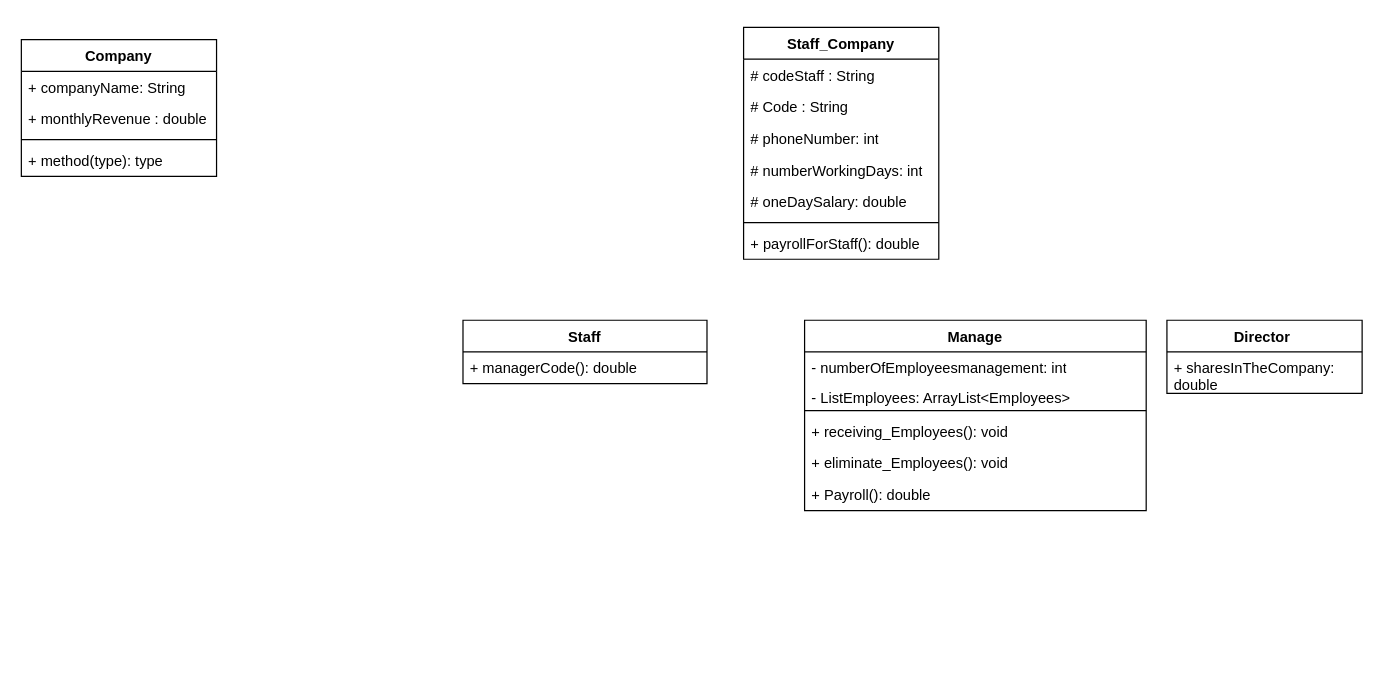
dangphuc1902/java_cybersoft keeps this draw.io diagram as ly_thuyet/Untitled Diagram.drawio. Above is the earlier version. Source tidied: cells renumbered, new cells numbered last; positions are measured from the earlier drawing's top-left corner, leaving out a move shared by most shapes. Both pictures are drawn from the tidied source at 122%, with x=0, y=0 at pixel (21, 27).
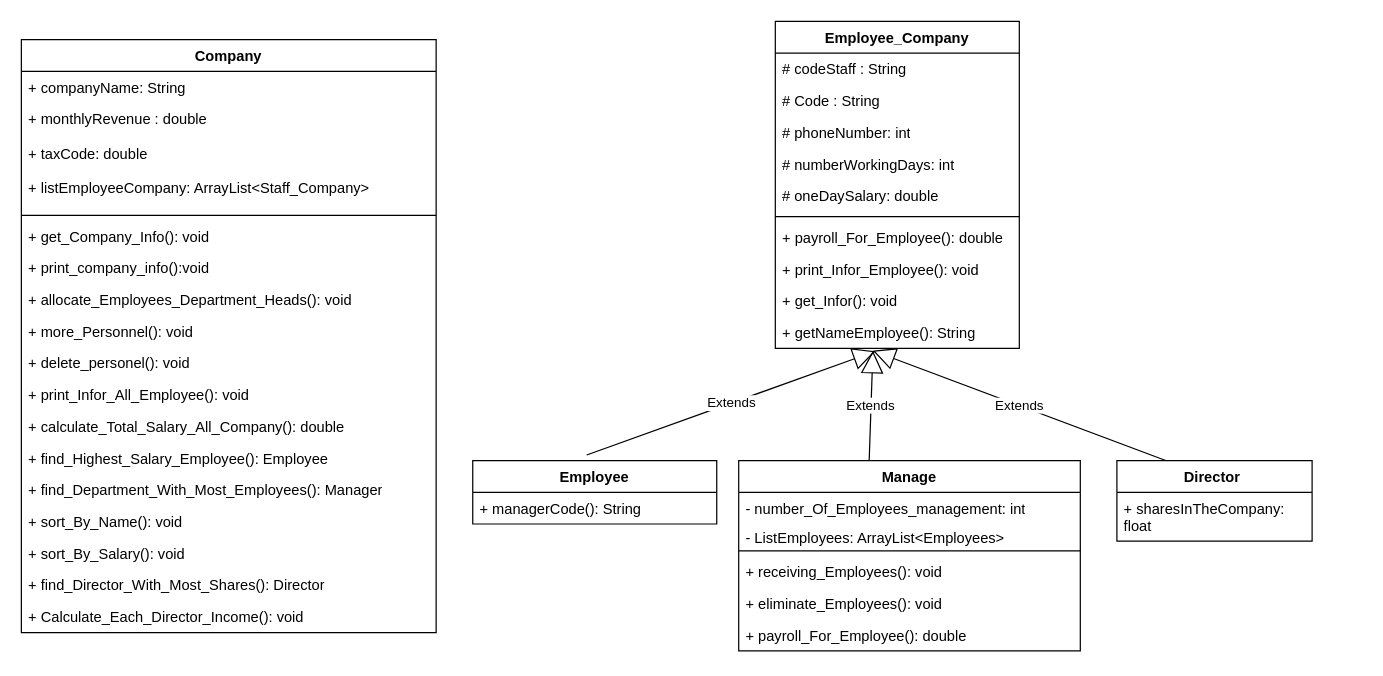
The same diagram, later.

The edit, as a diff of the source:
```diff
@@
-    <mxCell id="2" value="Staff_Company" style="swimlane;fontStyle=1;align=center;verticalAlign=top;horizontal=1;startSize=26;whiteSpace=wrap;html=1;" parent="1" vertex="1">
-      <mxGeometry x="592" width="160" height="190" as="geometry" />
+    <mxCell id="2" value="Employee_Company" style="swimlane;fontStyle=1;align=center;verticalAlign=top;horizontal=1;startSize=26;whiteSpace=wrap;html=1;" parent="1" vertex="1">
+      <mxGeometry x="618" y="-5" width="200" height="268" as="geometry" />
     </mxCell>
     <mxCell id="3" value="# codeStaff : String" style="text;strokeColor=none;fillColor=none;align=left;verticalAlign=top;spacingLeft=4;spacingRight=4;overflow=hidden;whiteSpace=wrap;html=1;" parent="2" vertex="1">
-      <mxGeometry y="26" width="160" height="26" as="geometry" />
+      <mxGeometry y="26" width="200" height="26" as="geometry" />
     </mxCell>
     <mxCell id="4" value="# Code : String" style="text;strokeColor=none;fillColor=none;align=left;verticalAlign=top;spacingLeft=4;spacingRight=4;overflow=hidden;whiteSpace=wrap;html=1;" parent="2" vertex="1">
-      <mxGeometry y="52" width="160" height="26" as="geometry" />
+      <mxGeometry y="52" width="200" height="26" as="geometry" />
     </mxCell>
     <mxCell id="5" value="# phoneNumber: int" style="text;strokeColor=none;fillColor=none;align=left;verticalAlign=top;spacingLeft=4;spacingRight=4;overflow=hidden;whiteSpace=wrap;html=1;" parent="2" vertex="1">
-      <mxGeometry y="78" width="160" height="26" as="geometry" />
+      <mxGeometry y="78" width="200" height="26" as="geometry" />
     </mxCell>
     <mxCell id="6" value="# numberWorkingDays: int" style="text;strokeColor=none;fillColor=none;align=left;verticalAlign=top;spacingLeft=4;spacingRight=4;overflow=hidden;whiteSpace=wrap;html=1;" parent="2" vertex="1">
-      <mxGeometry y="104" width="160" height="26" as="geometry" />
+      <mxGeometry y="104" width="200" height="26" as="geometry" />
     </mxCell>
     <mxCell id="7" value="# oneDaySalary: double" style="text;strokeColor=none;fillColor=none;align=left;verticalAlign=top;spacingLeft=4;spacingRight=4;overflow=hidden;whiteSpace=wrap;html=1;" parent="2" vertex="1">
-      <mxGeometry y="130" width="160" height="26" as="geometry" />
+      <mxGeometry y="130" width="200" height="26" as="geometry" />
     </mxCell>
     <mxCell id="8" style="line;strokeWidth=1;fillColor=none;align=left;verticalAlign=middle;spacingTop=-1;spacingLeft=3;spacingRight=3;labelPosition=right;strokeColor=inherit;" parent="2" vertex="1">
-      <mxGeometry y="156" width="160" height="8" as="geometry" />
+      <mxGeometry y="156" width="200" height="8" as="geometry" />
     </mxCell>
-    <mxCell id="9" value="+ payrollForStaff(): double" style="text;strokeColor=none;fillColor=none;align=left;verticalAlign=top;spacingLeft=4;spacingRight=4;overflow=hidden;whiteSpace=wrap;html=1;" parent="2" vertex="1">
-      <mxGeometry y="164" width="160" height="26" as="geometry" />
+    <mxCell id="9" value="+ payroll_For_Employee(): double" style="text;strokeColor=none;fillColor=none;align=left;verticalAlign=top;spacingLeft=4;spacingRight=4;overflow=hidden;whiteSpace=wrap;html=1;" parent="2" vertex="1">
+      <mxGeometry y="164" width="200" height="26" as="geometry" />
     </mxCell>
+    <mxCell id="26" value="+ print_Infor_Employee(): void" style="text;strokeColor=none;fillColor=none;align=left;verticalAlign=top;spacingLeft=4;spacingRight=4;overflow=hidden;whiteSpace=wrap;html=1;" parent="2" vertex="1">
+      <mxGeometry y="190" width="200" height="26" as="geometry" />
+    </mxCell>
+    <mxCell id="27" value="+ get_Infor(): void" style="text;strokeColor=none;fillColor=none;align=left;verticalAlign=top;spacingLeft=4;spacingRight=4;overflow=hidden;whiteSpace=wrap;html=1;" parent="2" vertex="1">
+      <mxGeometry y="216" width="200" height="26" as="geometry" />
+    </mxCell>
+    <mxCell id="28" value="+ getNameEmployee(): String" style="text;strokeColor=none;fillColor=none;align=left;verticalAlign=top;spacingLeft=4;spacingRight=4;overflow=hidden;points=[[0,0.5],[1,0.5]];portConstraint=eastwest;whiteSpace=wrap;html=1;" parent="2" vertex="1">
+      <mxGeometry y="242" width="200" height="26" as="geometry" />
+    </mxCell>
     <mxCell id="10" value="Director&amp;nbsp;" style="swimlane;fontStyle=1;align=center;verticalAlign=top;horizontal=1;startSize=26;whiteSpace=wrap;html=1;" parent="1" vertex="1">
-      <mxGeometry x="939" y="240" width="160" height="60" as="geometry" />
+      <mxGeometry x="898" y="355" width="160" height="66" as="geometry" />
     </mxCell>
-    <mxCell id="11" value="+ sharesInTheCompany: double" style="text;strokeColor=none;fillColor=none;align=left;verticalAlign=top;spacingLeft=4;spacingRight=4;overflow=hidden;whiteSpace=wrap;html=1;" parent="10" vertex="1">
-      <mxGeometry y="26" width="160" height="34" as="geometry" />
+    <mxCell id="11" value="+ sharesInTheCompany: float" style="text;strokeColor=none;fillColor=none;align=left;verticalAlign=top;spacingLeft=4;spacingRight=4;overflow=hidden;whiteSpace=wrap;html=1;" parent="10" vertex="1">
+      <mxGeometry y="26" width="160" height="40" as="geometry" />
     </mxCell>
     <mxCell id="12" value="Manage&lt;br&gt;" style="swimlane;fontStyle=1;align=center;verticalAlign=top;horizontal=1;startSize=26;whiteSpace=wrap;html=1;" parent="1" vertex="1">
-      <mxGeometry x="642" y="240" width="280" height="156" as="geometry" />
+      <mxGeometry x="588" y="355" width="280" height="156" as="geometry" />
     </mxCell>
-    <mxCell id="13" value="- numberOfEmployeesmanagement: int" style="text;strokeColor=none;fillColor=none;align=left;verticalAlign=top;spacingLeft=4;spacingRight=4;overflow=hidden;whiteSpace=wrap;html=1;" parent="12" vertex="1">
+    <mxCell id="13" value="- number_Of_Employees_management: int" style="text;strokeColor=none;fillColor=none;align=left;verticalAlign=top;spacingLeft=4;spacingRight=4;overflow=hidden;whiteSpace=wrap;html=1;" parent="12" vertex="1">
       <mxGeometry y="26" width="280" height="24" as="geometry" />
     </mxCell>
@@
-    <mxCell id="18" value="+ Payroll(): double" style="text;strokeColor=none;fillColor=none;align=left;verticalAlign=top;spacingLeft=4;spacingRight=4;overflow=hidden;whiteSpace=wrap;html=1;" parent="12" vertex="1">
+    <mxCell id="18" value="+ payroll_For_Employee(): double" style="text;strokeColor=none;fillColor=none;align=left;verticalAlign=top;spacingLeft=4;spacingRight=4;overflow=hidden;whiteSpace=wrap;html=1;" parent="12" vertex="1">
       <mxGeometry y="130" width="280" height="26" as="geometry" />
     </mxCell>
-    <mxCell id="19" value="Staff&lt;br&gt;" style="swimlane;fontStyle=1;align=center;verticalAlign=top;horizontal=1;startSize=26;whiteSpace=wrap;html=1;" parent="1" vertex="1">
-      <mxGeometry x="362" y="240" width="200" height="52" as="geometry" />
+    <mxCell id="19" value="Employee" style="swimlane;fontStyle=1;align=center;verticalAlign=top;horizontal=1;startSize=26;whiteSpace=wrap;html=1;" parent="1" vertex="1">
+      <mxGeometry x="370" y="355" width="200" height="52" as="geometry" />
     </mxCell>
-    <mxCell id="20" value="+ managerCode(): double" style="text;strokeColor=none;fillColor=none;align=left;verticalAlign=top;spacingLeft=4;spacingRight=4;overflow=hidden;whiteSpace=wrap;html=1;" parent="19" vertex="1">
+    <mxCell id="20" value="+ managerCode(): String" style="text;strokeColor=none;fillColor=none;align=left;verticalAlign=top;spacingLeft=4;spacingRight=4;overflow=hidden;whiteSpace=wrap;html=1;" parent="19" vertex="1">
       <mxGeometry y="26" width="200" height="26" as="geometry" />
     </mxCell>
     <mxCell id="21" value="Company" style="swimlane;fontStyle=1;align=center;verticalAlign=top;horizontal=1;startSize=26;whiteSpace=wrap;html=1;" parent="1" vertex="1">
-      <mxGeometry y="10" width="160" height="112" as="geometry" />
+      <mxGeometry y="10" width="340" height="486" as="geometry" />
     </mxCell>
     <mxCell id="22" value="+ companyName: String" style="text;strokeColor=none;fillColor=none;align=left;verticalAlign=top;spacingLeft=4;spacingRight=4;overflow=hidden;whiteSpace=wrap;html=1;" parent="21" vertex="1">
-      <mxGeometry y="26" width="160" height="26" as="geometry" />
+      <mxGeometry y="26" width="340" height="26" as="geometry" />
     </mxCell>
     <mxCell id="23" value="+ monthlyRevenue : double" style="text;strokeColor=none;fillColor=none;align=left;verticalAlign=top;spacingLeft=4;spacingRight=4;overflow=hidden;whiteSpace=wrap;html=1;" parent="21" vertex="1">
-      <mxGeometry y="52" width="160" height="26" as="geometry" />
+      <mxGeometry y="52" width="340" height="28" as="geometry" />
     </mxCell>
+    <mxCell id="29" value="+ taxCode: double" style="text;strokeColor=none;fillColor=none;align=left;verticalAlign=top;spacingLeft=4;spacingRight=4;overflow=hidden;whiteSpace=wrap;html=1;" parent="21" vertex="1">
+      <mxGeometry y="80" width="340" height="28" as="geometry" />
+    </mxCell>
+    <mxCell id="30" value="+ listEmployeeCompany: ArrayList&amp;lt;Staff_Company&amp;gt;" style="text;strokeColor=none;fillColor=none;align=left;verticalAlign=top;spacingLeft=4;spacingRight=4;overflow=hidden;whiteSpace=wrap;html=1;" parent="21" vertex="1">
+      <mxGeometry y="108" width="340" height="32" as="geometry" />
+    </mxCell>
     <mxCell id="24" style="line;strokeWidth=1;fillColor=none;align=left;verticalAlign=middle;spacingTop=-1;spacingLeft=3;spacingRight=3;labelPosition=right;strokeColor=inherit;" parent="21" vertex="1">
-      <mxGeometry y="78" width="160" height="8" as="geometry" />
+      <mxGeometry y="140" width="340" height="8" as="geometry" />
     </mxCell>
-    <mxCell id="25" value="+ method(type): type" style="text;strokeColor=none;fillColor=none;align=left;verticalAlign=top;spacingLeft=4;spacingRight=4;overflow=hidden;whiteSpace=wrap;html=1;" parent="21" vertex="1">
-      <mxGeometry y="86" width="160" height="26" as="geometry" />
+    <mxCell id="25" value="+&amp;nbsp;get_Company_Info(): void" style="text;strokeColor=none;fillColor=none;align=left;verticalAlign=top;spacingLeft=4;spacingRight=4;overflow=hidden;whiteSpace=wrap;html=1;" parent="21" vertex="1">
+      <mxGeometry y="148" width="340" height="26" as="geometry" />
     </mxCell>
+    <mxCell id="31" value="+&amp;nbsp;print_company_info():void" style="text;strokeColor=none;fillColor=none;align=left;verticalAlign=top;spacingLeft=4;spacingRight=4;overflow=hidden;whiteSpace=wrap;html=1;" parent="21" vertex="1">
+      <mxGeometry y="174" width="340" height="26" as="geometry" />
+    </mxCell>
+    <mxCell id="32" value="+ allocate_Employees_Department_Heads(): void" style="text;strokeColor=none;fillColor=none;align=left;verticalAlign=top;spacingLeft=4;spacingRight=4;overflow=hidden;whiteSpace=wrap;html=1;" parent="21" vertex="1">
+      <mxGeometry y="200" width="340" height="26" as="geometry" />
+    </mxCell>
+    <mxCell id="33" value="+ more_Personnel(): void" style="text;strokeColor=none;fillColor=none;align=left;verticalAlign=top;spacingLeft=4;spacingRight=4;overflow=hidden;whiteSpace=wrap;html=1;" parent="21" vertex="1">
+      <mxGeometry y="226" width="340" height="26" as="geometry" />
+    </mxCell>
+    <mxCell id="34" value="+ delete_personel(): void" style="text;strokeColor=none;fillColor=none;align=left;verticalAlign=top;spacingLeft=4;spacingRight=4;overflow=hidden;whiteSpace=wrap;html=1;" parent="21" vertex="1">
+      <mxGeometry y="252" width="340" height="26" as="geometry" />
+    </mxCell>
+    <mxCell id="35" value="+ print_Infor_All_Employee(): void" style="text;strokeColor=none;fillColor=none;align=left;verticalAlign=top;spacingLeft=4;spacingRight=4;overflow=hidden;whiteSpace=wrap;html=1;" parent="21" vertex="1">
+      <mxGeometry y="278" width="340" height="26" as="geometry" />
+    </mxCell>
+    <mxCell id="36" value="+&amp;nbsp;calculate_Total_Salary_All_Company(): double" style="text;strokeColor=none;fillColor=none;align=left;verticalAlign=top;spacingLeft=4;spacingRight=4;overflow=hidden;whiteSpace=wrap;html=1;" parent="21" vertex="1">
+      <mxGeometry y="304" width="340" height="26" as="geometry" />
+    </mxCell>
+    <mxCell id="37" value="+ find_Highest_Salary_Employee(): Employee" style="text;strokeColor=none;fillColor=none;align=left;verticalAlign=top;spacingLeft=4;spacingRight=4;overflow=hidden;whiteSpace=wrap;html=1;" parent="21" vertex="1">
+      <mxGeometry y="330" width="340" height="26" as="geometry" />
+    </mxCell>
+    <mxCell id="38" value="+&amp;nbsp;find_Department_With_Most_Employees(): Manager" style="text;strokeColor=none;fillColor=none;align=left;verticalAlign=top;spacingLeft=4;spacingRight=4;overflow=hidden;whiteSpace=wrap;html=1;" parent="21" vertex="1">
+      <mxGeometry y="356" width="340" height="26" as="geometry" />
+    </mxCell>
+    <mxCell id="39" value="+ sort_By_Name(): void" style="text;strokeColor=none;fillColor=none;align=left;verticalAlign=top;spacingLeft=4;spacingRight=4;overflow=hidden;whiteSpace=wrap;html=1;" parent="21" vertex="1">
+      <mxGeometry y="382" width="340" height="26" as="geometry" />
+    </mxCell>
+    <mxCell id="40" value="+ sort_By_Salary(): void" style="text;strokeColor=none;fillColor=none;align=left;verticalAlign=top;spacingLeft=4;spacingRight=4;overflow=hidden;whiteSpace=wrap;html=1;" parent="21" vertex="1">
+      <mxGeometry y="408" width="340" height="26" as="geometry" />
+    </mxCell>
+    <mxCell id="41" value="+ find_Director_With_Most_Shares(): Director" style="text;strokeColor=none;fillColor=none;align=left;verticalAlign=top;spacingLeft=4;spacingRight=4;overflow=hidden;whiteSpace=wrap;html=1;" parent="21" vertex="1">
+      <mxGeometry y="434" width="340" height="26" as="geometry" />
+    </mxCell>
+    <mxCell id="42" value="+ Calculate_Each_Director_Income(): void" style="text;strokeColor=none;fillColor=none;align=left;verticalAlign=top;spacingLeft=4;spacingRight=4;overflow=hidden;whiteSpace=wrap;html=1;" parent="21" vertex="1">
+      <mxGeometry y="460" width="340" height="26" as="geometry" />
+    </mxCell>
+    <mxCell id="43" value="Extends" style="endArrow=block;endSize=16;endFill=0;html=1;rounded=0;exitX=0.467;exitY=-0.088;exitDx=0;exitDy=0;exitPerimeter=0;entryX=0.41;entryY=1.093;entryDx=0;entryDy=0;entryPerimeter=0;" parent="1" edge="1" source="19" target="28">
+      <mxGeometry relative="1" as="geometry" />
+    </mxCell>
+    <mxCell id="44" value="Extends" style="endArrow=block;endSize=16;endFill=0;html=1;rounded=0;exitX=0.382;exitY=-0.003;exitDx=0;exitDy=0;exitPerimeter=0;" parent="1" edge="1" source="12">
+      <mxGeometry relative="1" as="geometry">
+        <mxPoint x="698" y="265" as="targetPoint" />
+      </mxGeometry>
+    </mxCell>
+    <mxCell id="45" value="Extends" style="endArrow=block;endSize=16;endFill=0;html=1;rounded=0;exitX=0.25;exitY=0;exitDx=0;exitDy=0;" parent="1" edge="1" source="10">
+      <mxGeometry relative="1" as="geometry">
+        <mxPoint x="698" y="265" as="targetPoint" />
+      </mxGeometry>
+    </mxCell>
```
